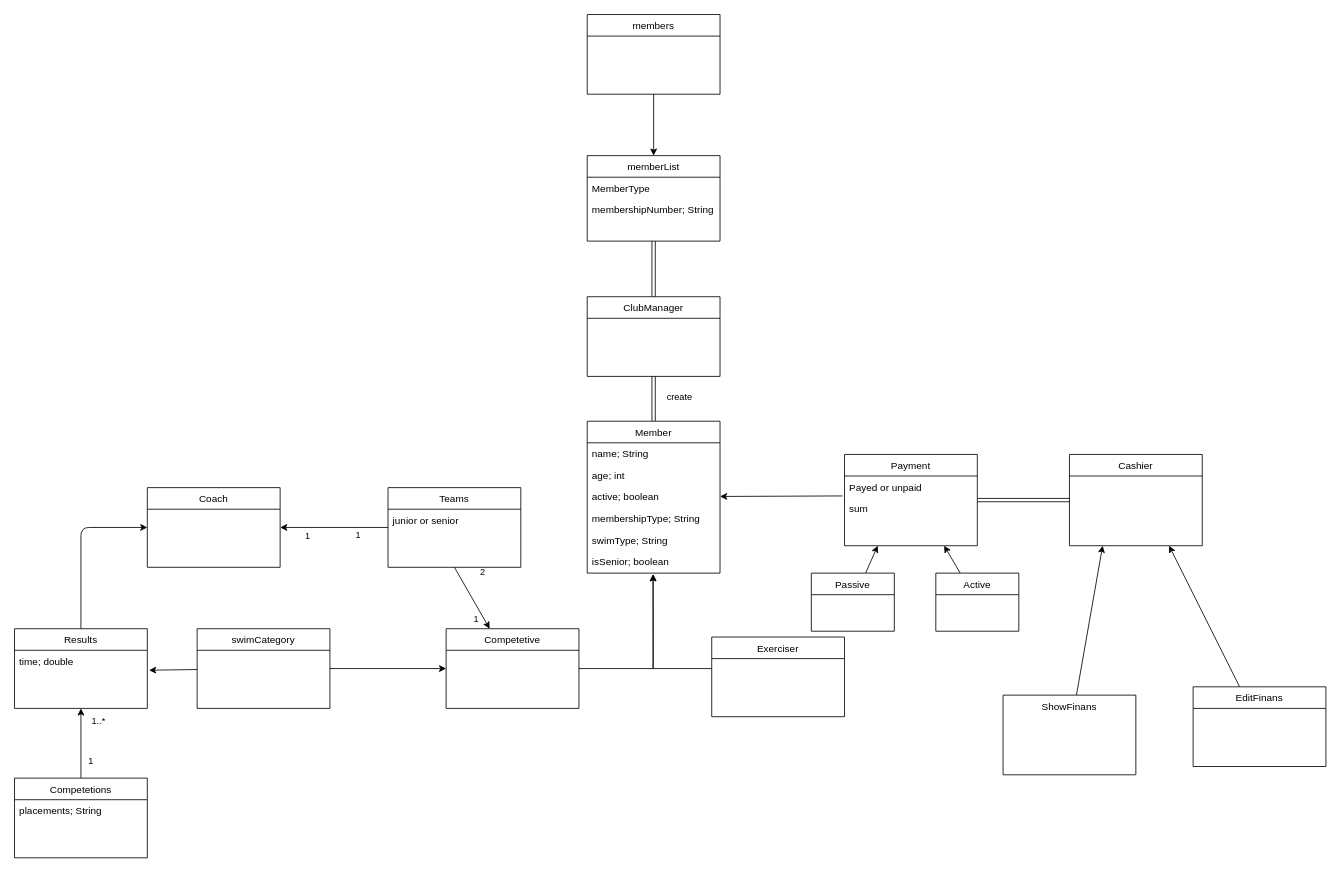
The draw.io diagram Delfine Domænemodel.drawio in MarcusFN/DelfinenProject, before the edit. Source tidied: cells renumbered, new cells numbered last; positions are measured from the earlier drawing's top-left corner, leaving out a move shared by most shapes. Both pictures are drawn from the tidied source at 83%, with x=0, y=0 at pixel (14, 14).
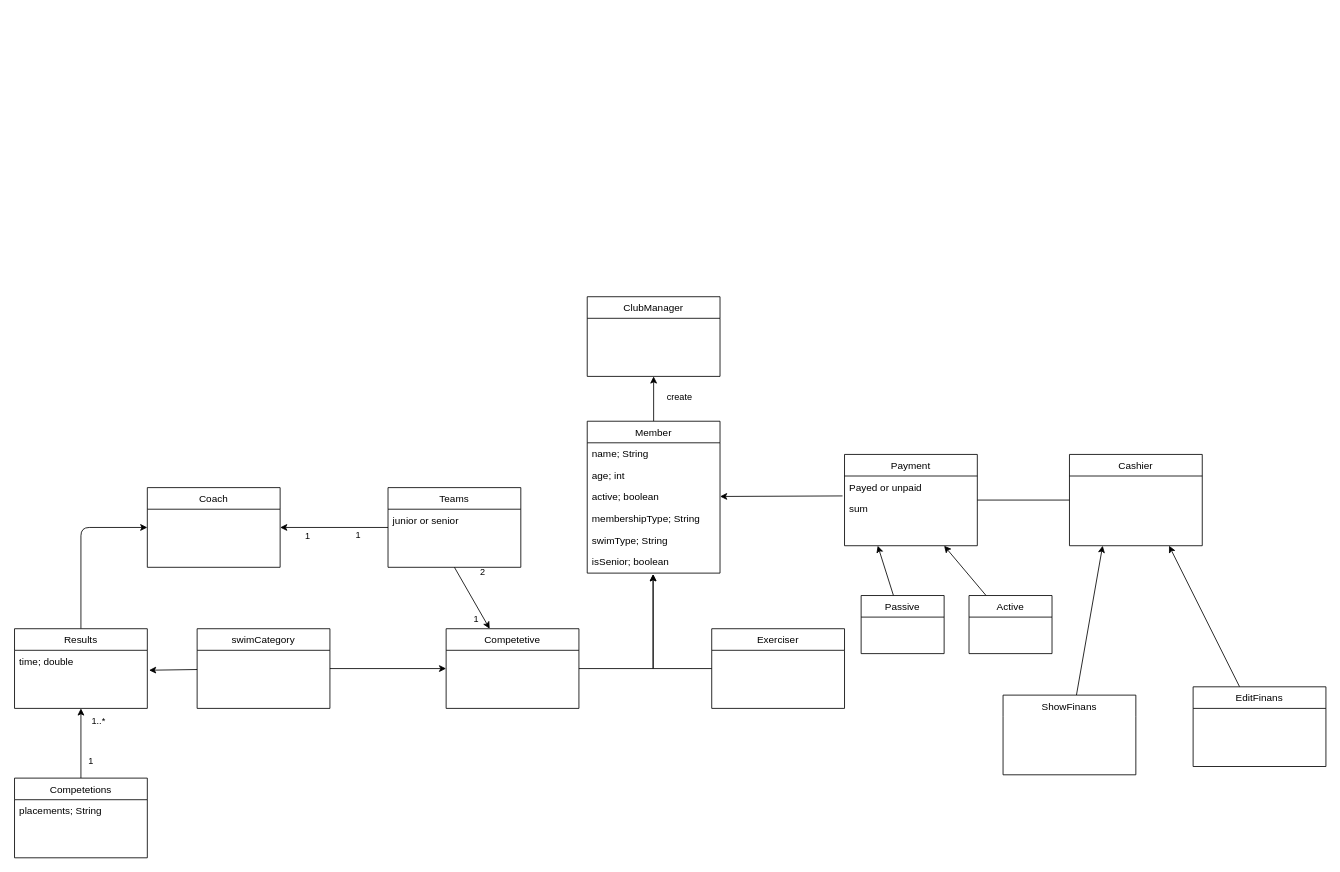
After the change.

The change refers to these unchanged cells:
```xml
<mxCell id="4" value="Member" style="swimlane;fontStyle=0;align=center;verticalAlign=top;horizontal=1;startSize=26;rounded=0;shadow=0;strokeWidth=1;" parent="1" vertex="1">
  <mxGeometry x="690" y="490" width="160" height="183" as="geometry" />
</mxCell>
<mxCell id="12" value="ClubManager" style="swimlane;fontStyle=0;align=center;verticalAlign=top;horizontal=1;startSize=26;rounded=0;shadow=0;strokeWidth=1;" parent="1" vertex="1">
  <mxGeometry x="690" y="340" width="160" height="96" as="geometry" />
</mxCell>
<mxCell id="14" value="Cashier" style="swimlane;fontStyle=0;align=center;verticalAlign=top;horizontal=1;startSize=26;rounded=0;shadow=0;strokeWidth=1;" parent="1" vertex="1">
  <mxGeometry x="1271" y="530" width="160" height="110" as="geometry" />
</mxCell>
<mxCell id="25" value="Payment" style="swimlane;fontStyle=0;align=center;verticalAlign=top;horizontal=1;startSize=26;rounded=0;shadow=0;strokeWidth=1;" parent="1" vertex="1">
  <mxGeometry x="1000" y="530" width="160" height="110" as="geometry" />
</mxCell>
```

Change to the diagram source:
```diff
@@
-    <mxCell id="2" style="edgeStyle=none;shape=link;rounded=1;jettySize=auto;html=1;entryX=0.5;entryY=1;entryDx=0;entryDy=0;" parent="1" edge="1" source="4" target="12">
+    <mxCell id="2" style="edgeStyle=none;rounded=1;jettySize=auto;html=1;entryX=0.5;entryY=1;entryDx=0;entryDy=0;" parent="1" edge="1" source="4" target="12">
       <mxGeometry relative="1" as="geometry" />
     </mxCell>
@@
-    <mxCell id="11" style="edgeStyle=none;shape=link;rounded=1;jettySize=auto;html=1;entryX=0.5;entryY=1;entryDx=0;entryDy=0;" parent="1" edge="1" source="12" target="28">
-      <mxGeometry relative="1" as="geometry" />
-    </mxCell>
@@
     <mxCell id="21" value="Passive" style="swimlane;fontStyle=0;align=center;verticalAlign=top;horizontal=1;startSize=26;rounded=0;shadow=0;strokeWidth=1;" parent="1" vertex="1">
-      <mxGeometry x="960" y="673" width="100" height="70" as="geometry" />
+      <mxGeometry x="1020" y="700" width="100" height="70" as="geometry" />
     </mxCell>
@@
     <mxCell id="23" value="Exerciser" style="swimlane;fontStyle=0;align=center;verticalAlign=top;horizontal=1;startSize=26;rounded=0;shadow=0;strokeWidth=1;" parent="1" vertex="1">
-      <mxGeometry x="840" y="750" width="160" height="96" as="geometry" />
+      <mxGeometry x="840" y="740" width="160" height="96" as="geometry" />
     </mxCell>
-    <mxCell id="24" style="edgeStyle=none;rounded=1;jettySize=auto;html=1;entryX=0;entryY=0.5;entryDx=0;entryDy=0;shape=link;" parent="1" edge="1" source="25" target="14">
-      <mxGeometry relative="1" as="geometry" />
-    </mxCell>
@@
-    <mxCell id="28" value="memberList" style="swimlane;fontStyle=0;align=center;verticalAlign=top;horizontal=1;startSize=26;rounded=0;shadow=0;strokeWidth=1;" parent="1" vertex="1">
-      <mxGeometry x="690" y="170" width="160" height="103" as="geometry" />
-    </mxCell>
-    <mxCell id="29" value="MemberType" style="text;align=left;verticalAlign=top;spacingLeft=4;spacingRight=4;overflow=hidden;" parent="28" vertex="1">
-      <mxGeometry y="26" width="160" height="26" as="geometry" />
-    </mxCell>
-    <mxCell id="30" value="membershipNumber; String" style="text;align=left;verticalAlign=top;spacingLeft=4;spacingRight=4;overflow=hidden;" parent="28" vertex="1">
-      <mxGeometry y="52" width="160" height="26" as="geometry" />
-    </mxCell>
@@
-    <mxCell id="41" style="edgeStyle=orthogonalEdgeStyle;rounded=1;jettySize=auto;html=1;entryX=0.5;entryY=0;entryDx=0;entryDy=0;" parent="1" edge="1" source="42" target="28">
-      <mxGeometry relative="1" as="geometry" />
-    </mxCell>
-    <mxCell id="42" value="members" style="swimlane;fontStyle=0;align=center;verticalAlign=top;horizontal=1;startSize=26;rounded=0;shadow=0;strokeWidth=1;" parent="1" vertex="1">
-      <mxGeometry x="690" width="160" height="96" as="geometry" />
-    </mxCell>
@@
     <mxCell id="57" value="Active" style="swimlane;fontStyle=0;align=center;verticalAlign=top;horizontal=1;startSize=26;rounded=0;shadow=0;strokeWidth=1;" parent="1" vertex="1">
-      <mxGeometry x="1110" y="673" width="100" height="70" as="geometry" />
+      <mxGeometry x="1150" y="700" width="100" height="70" as="geometry" />
     </mxCell>
+    <mxCell id="58" style="endArrow=none;html=1;rounded=0;shadow=0;sketch=0;strokeColor=default;entryX=0;entryY=0.5;entryDx=0;entryDy=0;" parent="1" edge="1" target="14">
+      <mxGeometry relative="1" as="geometry">
+        <mxPoint x="1160" y="585" as="sourcePoint" />
+      </mxGeometry>
+    </mxCell>
```
